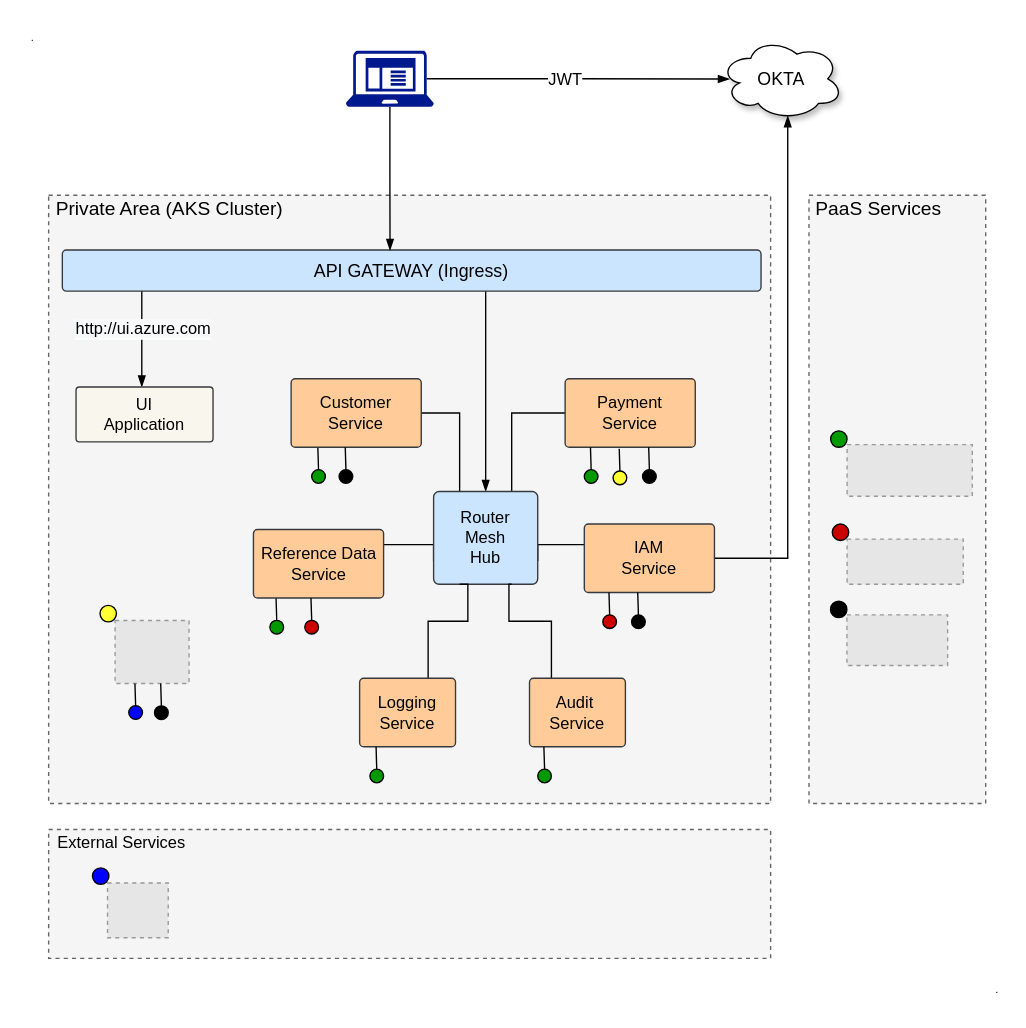
Above: page "Architecture" (1 of 4) of _images/High-Level_Design.drawio in aytekinyaliz/ylz-lh-infra (draw.io), before the change. Source tidied: cells renumbered, new cells numbered last; positions are measured from the earlier drawing's top-left corner, leaving out a move shared by most shapes. Both pictures are drawn from the tidied source at 137%, with x=0, y=0 at pixel (23, 22). Pictures stored in the file or linked from it are replaced by grey dashed boxes.
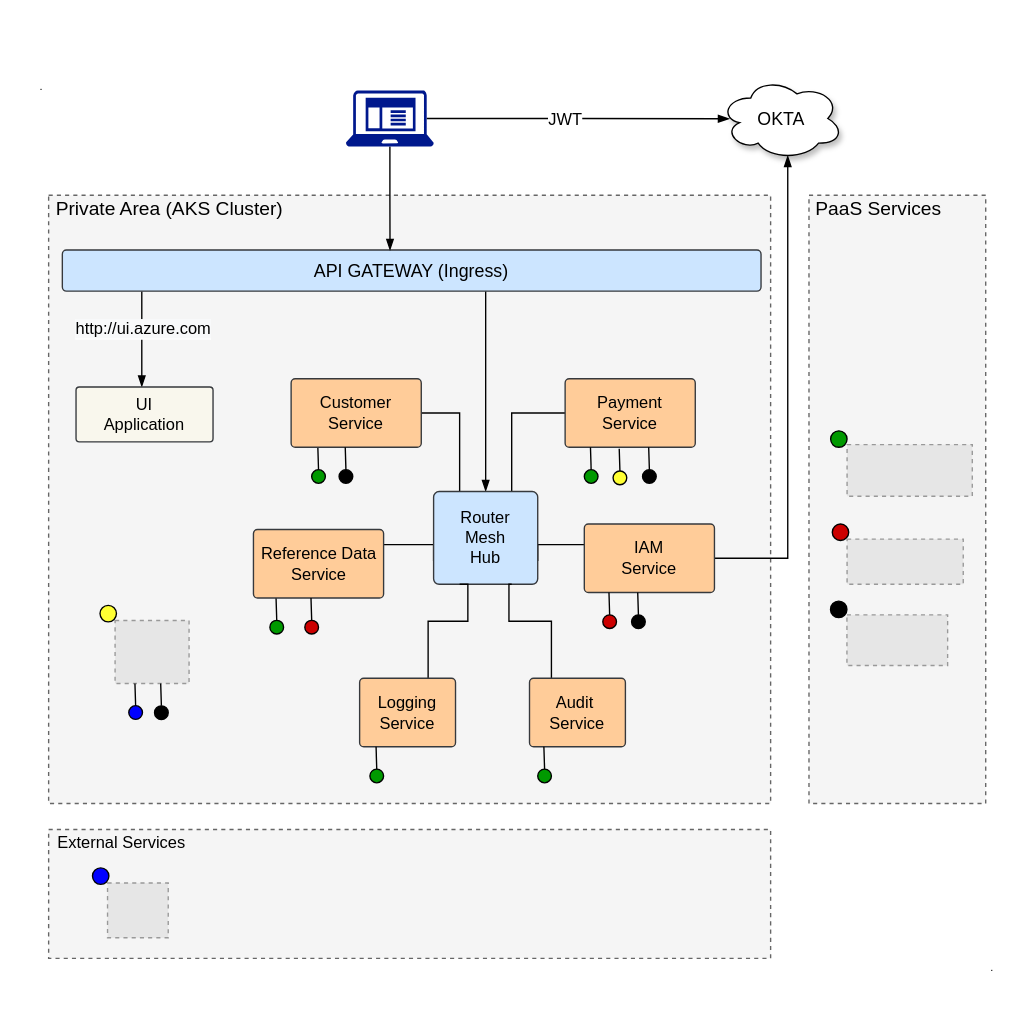
Above is the later version.

Diff of the diagram source:
```diff
@@
     <mxCell id="11" value="OKTA" style="ellipse;shape=cloud;whiteSpace=wrap;html=1;shadow=1;fillColor=#FFFFFF;fontSize=13;" parent="1" vertex="1">
-      <mxGeometry x="508" y="11" width="90" height="60" as="geometry" />
+      <mxGeometry x="508" y="40" width="90" height="60" as="geometry" />
     </mxCell>
@@
     <mxCell id="15" style="shadow=0;dashed=0;html=1;strokeColor=none;labelPosition=center;verticalLabelPosition=bottom;verticalAlign=top;align=center;fillColor=#00188D;shape=mxgraph.mscae.enterprise.client_application;" parent="1" vertex="1">
-      <mxGeometry x="235" y="20.5" width="64.1" height="41" as="geometry" />
+      <mxGeometry x="235" y="49.5" width="64.1" height="41" as="geometry" />
     </mxCell>
@@
-    <mxCell id="48" value="." style="text;html=1;strokeColor=none;fillColor=none;align=center;verticalAlign=middle;whiteSpace=wrap;rounded=0;fontSize=8;" parent="1" vertex="1">
-      <mxGeometry x="706" y="696" width="9" height="20" as="geometry" />
-    </mxCell>
-    <mxCell id="49" value="." style="text;html=1;strokeColor=none;fillColor=none;align=center;verticalAlign=middle;whiteSpace=wrap;rounded=0;fontSize=8;" parent="1" vertex="1">
-      <mxGeometry y="0.5" width="13" height="20" as="geometry" />
-    </mxCell>
@@
+    <mxCell id="70" value="." style="text;html=1;strokeColor=none;fillColor=none;align=center;verticalAlign=middle;whiteSpace=wrap;rounded=0;fontSize=8;" parent="1" vertex="1">
+      <mxGeometry x="8" y="40" width="10" height="14" as="geometry" />
+    </mxCell>
+    <mxCell id="71" value="." style="text;html=1;strokeColor=none;fillColor=none;align=center;verticalAlign=middle;whiteSpace=wrap;rounded=0;fontSize=8;" parent="1" vertex="1">
+      <mxGeometry x="702" y="683" width="10" height="14" as="geometry" />
+    </mxCell>
```
